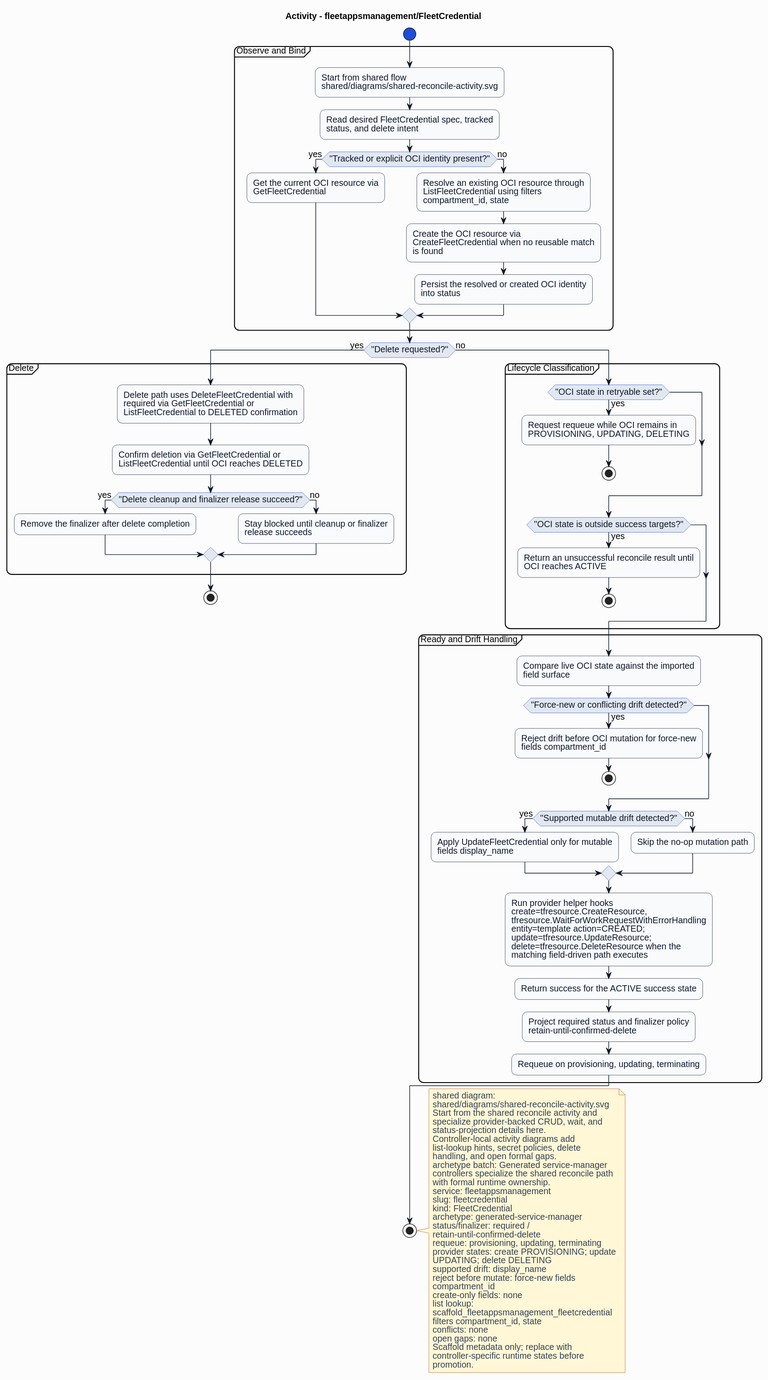
This is formal/controllers/fleetappsmanagement/fleetcredential/diagrams/activity.svg from HaoyL666/oci-service-operator, a PlantUML export, as it was before one commit.
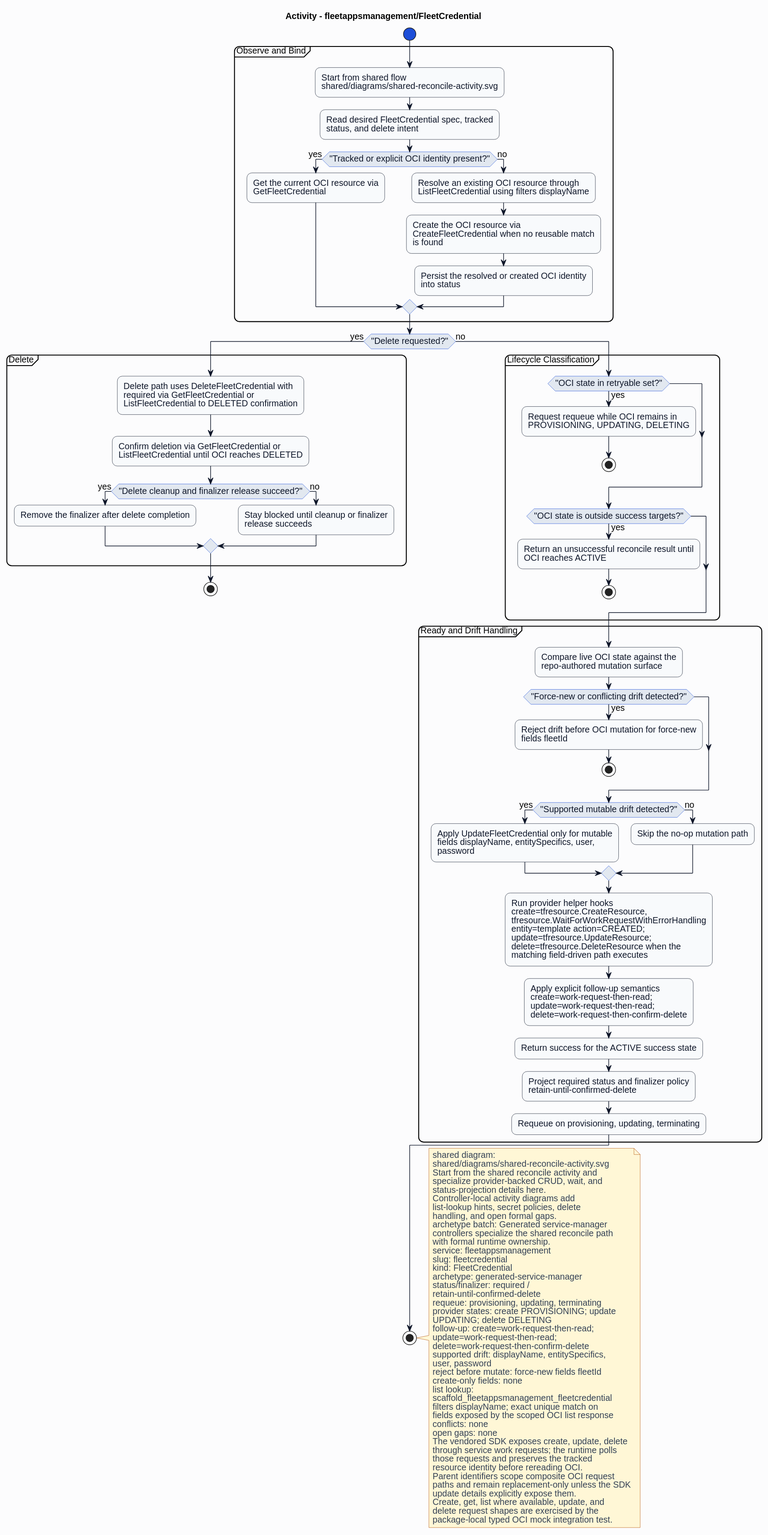
Above is the later version.

The edit, as a diff of the source:
```diff
@@ -27,7 +27,7 @@
 if ("Tracked or explicit OCI identity present?") then (yes)
 :Get the current OCI resource via\nGetFleetCredential;
 else (no)
-:Resolve an existing OCI resource through\nListFleetCredential using filters\ncompartment_id, state;
+:Resolve an existing OCI resource through\nListFleetCredential using filters displayName;
 :Create the OCI resource via\nCreateFleetCredential when no reusable match\nis found;
 :Persist the resolved or created OCI identity\ninto status;
 endif
@@ -55,17 +55,18 @@
 endif
 }
 partition "Ready and Drift Handling" {
-:Compare live OCI state against the imported\nfield surface;
+:Compare live OCI state against the\nrepo-authored mutation surface;
 if ("Force-new or conflicting drift detected?") then (yes)
-:Reject drift before OCI mutation for force-new\nfields compartment_id;
+:Reject drift before OCI mutation for force-new\nfields fleetId;
 stop
 endif
 if ("Supported mutable drift detected?") then (yes)
-:Apply UpdateFleetCredential only for mutable\nfields display_name;
+:Apply UpdateFleetCredential only for mutable\nfields displayName, entitySpecifics, user,\npassword;
 else (no)
 :Skip the no-op mutation path;
 endif
 :Run provider helper hooks\ncreate=tfresource.CreateResource,\ntfresource.WaitForWorkRequestWithErrorHandling\nentity=template action=CREATED;\nupdate=tfresource.UpdateResource;\ndelete=tfresource.DeleteResource when the\nmatching field-driven path executes;
+:Apply explicit follow-up semantics\ncreate=work-request-then-read;\nupdate=work-request-then-read;\ndelete=work-request-then-confirm-delete;
 :Return success for the ACTIVE success state;
 :Project required status and finalizer policy\nretain-until-confirmed-delete;
 :Requeue on provisioning, updating, terminating;
@@ -93,17 +94,28 @@
 requeue: provisioning, updating, terminating
 provider states: create PROVISIONING; update
 UPDATING; delete DELETING
-supported drift: display_name
-reject before mutate: force-new fields
-compartment_id
+follow-up: create=work-request-then-read;
+update=work-request-then-read;
+delete=work-request-then-confirm-delete
+supported drift: displayName, entitySpecifics,
+user, password
+reject before mutate: force-new fields fleetId
 create-only fields: none
 list lookup:
 scaffold_fleetappsmanagement_fleetcredential
-filters compartment_id, state
+filters displayName; exact unique match on
+fields exposed by the scoped OCI list response
 conflicts: none
 open gaps: none
-Scaffold metadata only; replace with
-controller-specific runtime states before
-promotion.
+The vendored SDK exposes create, update, delete
+through service work requests; the runtime polls
+those requests and preserves the tracked
+resource identity before rereading OCI.
+Parent identifiers scope composite OCI request
+paths and remain replacement-only unless the SDK
+update details explicitly expose them.
+Create, get, list where available, update, and
+delete request shapes are exercised by the
+package-local typed OCI mock integration test.
 end note
 @enduml
```
